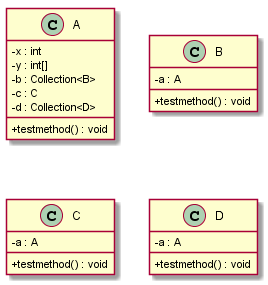
Before: UML parser/output.png, a diagram exported from PlantUML (DhirajGurnani/umlparsercmpe202).
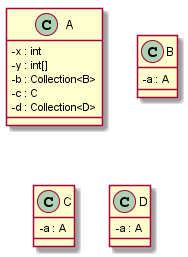
The same diagram one commit later.

Change to the diagram source:
```diff
@@ -6,18 +6,14 @@
 -b : Collection<B>
 -c : C
 -d : Collection<D>
-+testmethod() : void
 }
 class B{
 -a : A
-+testmethod() : void
 }
 class C{
 -a : A
-+testmethod() : void
 }
 class D{
 -a : A
-+testmethod() : void
 }
 @enduml
```
